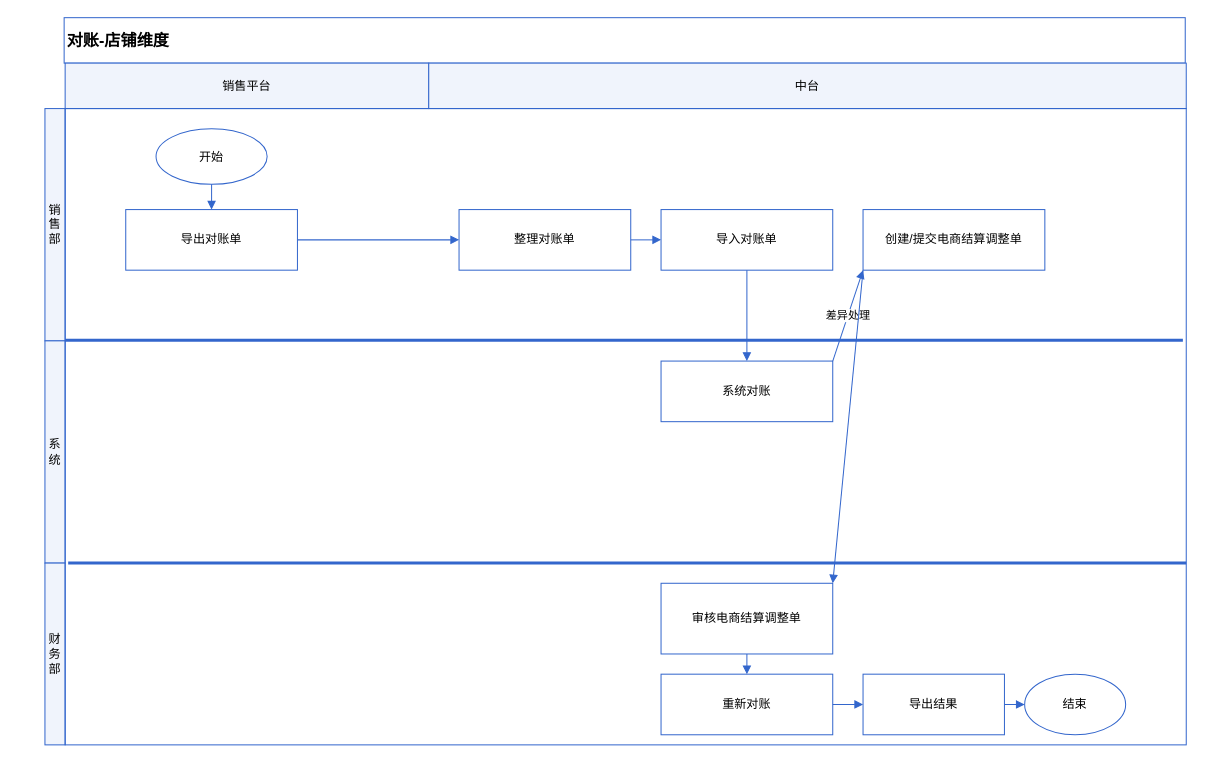
Before: 跨境2C对账流程图.drawio in tangjunbin/assets_gh_manager, a draw.io diagram. Source tidied: cells renumbered, new cells numbered last; positions are measured from the earlier drawing's top-left corner, leaving out a move shared by most shapes. Both pictures are drawn from the tidied source at 101%, with x=0, y=0 at pixel (44, 17).
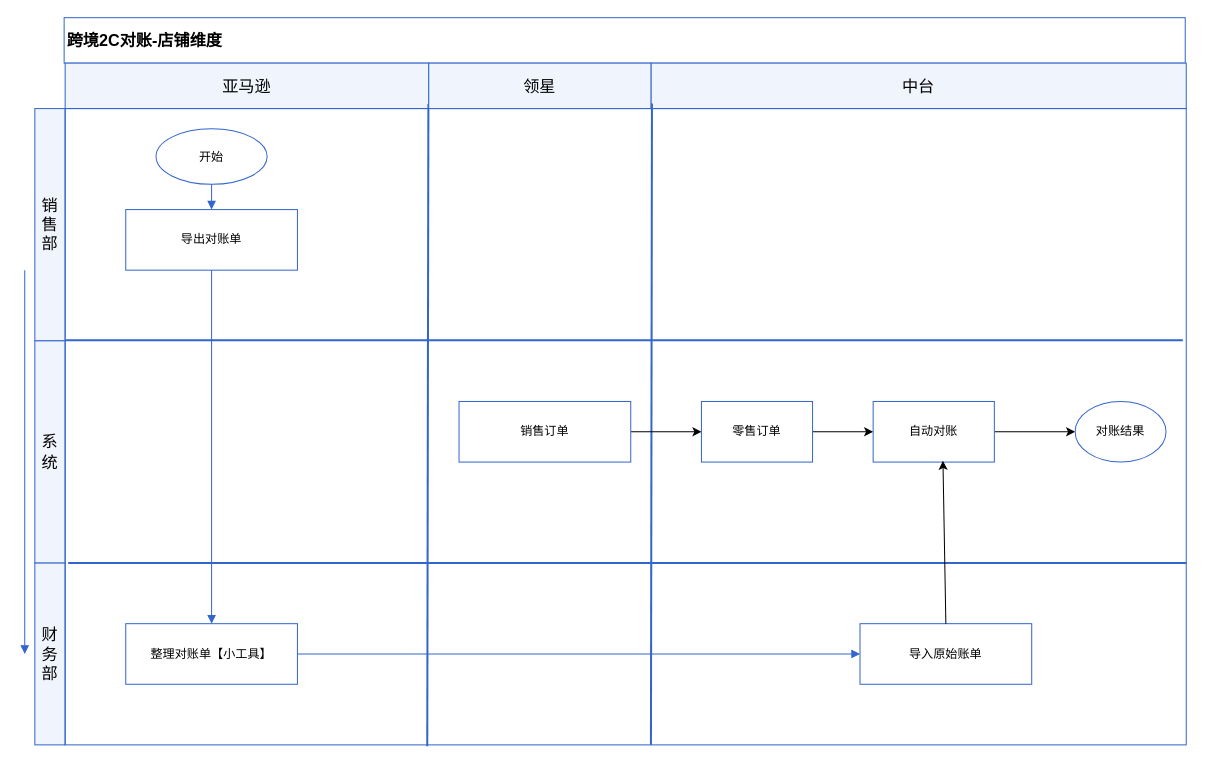
The same page after the edit.

Commit message:
更新跨境2C对账流程图.drawio

Unchanged cells that the change refers to:
```xml
<mxCell id="9" style="rounded=0;whiteSpace=wrap;html=1;strokeColor=#3366cc;fillColor=none;" parent="1" vertex="1">
  <mxGeometry x="20" y="90" width="1110" height="630" as="geometry" />
</mxCell>
```

What changed in the source:
```diff
@@
-    <mxCell id="3" value="对账-店铺维度" style="text;html=1;strokeColor=none;fillColor=none;fontSize=16;fontStyle=1;align=left;verticalAlign=middle;" parent="1" vertex="1">
+    <mxCell id="3" value="跨境2C对账-店铺维度" style="text;html=1;strokeColor=none;fillColor=none;fontSize=16;fontStyle=1;align=left;verticalAlign=middle;" parent="1" vertex="1">
       <mxGeometry x="20" y="5" width="220" height="35" as="geometry" />
     </mxCell>
-    <mxCell id="4" value="销售平台" style="rounded=0;whiteSpace=wrap;html=1;strokeColor=#3366cc;fillColor=#f0f4fc;align=center;verticalAlign=middle;" parent="1" vertex="1">
+    <mxCell id="4" value="亚马逊" style="rounded=0;whiteSpace=wrap;html=1;strokeColor=#3366cc;fillColor=#f0f4fc;align=center;verticalAlign=middle;fontSize=16;" parent="1" vertex="1">
       <mxGeometry x="20" y="45" width="360" height="45" as="geometry" />
     </mxCell>
-    <mxCell id="5" value="中台" style="rounded=0;whiteSpace=wrap;html=1;strokeColor=#3366cc;fillColor=#f0f4fc;align=center;verticalAlign=middle;" parent="1" vertex="1">
-      <mxGeometry x="380" y="45" width="750" height="45" as="geometry" />
+    <mxCell id="5" value="中台" style="rounded=0;whiteSpace=wrap;html=1;strokeColor=#3366cc;fillColor=#f0f4fc;align=center;verticalAlign=middle;fontSize=16;" parent="1" vertex="1">
+      <mxGeometry x="600" y="45" width="530" height="45" as="geometry" />
     </mxCell>
-    <mxCell id="6" value="销售部" style="rounded=0;whiteSpace=wrap;html=1;strokeColor=#3366cc;fillColor=#f0f4fc;align=center;verticalAlign=middle;direction=vertical;" parent="1" vertex="1">
-      <mxGeometry y="90" width="20" height="230" as="geometry" />
+    <mxCell id="6" value="销售部" style="rounded=0;whiteSpace=wrap;html=1;strokeColor=#3366cc;fillColor=#f0f4fc;align=center;verticalAlign=middle;direction=vertical;fontSize=16;" parent="1" vertex="1">
+      <mxGeometry x="-10" y="90" width="30" height="230" as="geometry" />
     </mxCell>
-    <mxCell id="7" value="系统" style="rounded=0;whiteSpace=wrap;html=1;strokeColor=#3366cc;fillColor=#f0f4fc;align=center;verticalAlign=middle;direction=vertical;" parent="1" vertex="1">
-      <mxGeometry y="320" width="20" height="220" as="geometry" />
+    <mxCell id="7" value="系统" style="rounded=0;whiteSpace=wrap;html=1;strokeColor=#3366cc;fillColor=#f0f4fc;align=center;verticalAlign=middle;direction=vertical;fontSize=16;" parent="1" vertex="1">
+      <mxGeometry x="-10" y="320" width="30" height="220" as="geometry" />
     </mxCell>
-    <mxCell id="8" value="财务部" style="rounded=0;whiteSpace=wrap;html=1;strokeColor=#3366cc;fillColor=#f0f4fc;align=center;verticalAlign=middle;direction=vertical;" parent="1" vertex="1">
-      <mxGeometry y="540" width="20" height="180" as="geometry" />
+    <mxCell id="8" value="财务部" style="rounded=0;whiteSpace=wrap;html=1;strokeColor=#3366cc;fillColor=#f0f4fc;align=center;verticalAlign=middle;direction=vertical;fontSize=16;" parent="1" vertex="1">
+      <mxGeometry x="-10" y="540" width="30" height="180" as="geometry" />
     </mxCell>
@@
-    <mxCell id="15" value="整理对账单" style="rounded=0;whiteSpace=wrap;html=1;strokeColor=#3366cc;fillColor=#ffffff;align=center;" parent="1" vertex="1">
-      <mxGeometry x="410" y="190" width="170" height="60" as="geometry" />
+    <mxCell id="15" value="整理对账单【小工具】" style="rounded=0;whiteSpace=wrap;html=1;strokeColor=#3366cc;fillColor=#ffffff;align=center;" parent="1" vertex="1">
+      <mxGeometry x="80" y="600" width="170" height="60" as="geometry" />
     </mxCell>
-    <mxCell id="16" value="导入对账单" style="rounded=0;whiteSpace=wrap;html=1;strokeColor=#3366cc;fillColor=#ffffff;align=center;" parent="1" vertex="1">
-      <mxGeometry x="610" y="190" width="170" height="60" as="geometry" />
+    <mxCell id="16" value="导入原始账单" style="rounded=0;whiteSpace=wrap;html=1;strokeColor=#3366cc;fillColor=#ffffff;align=center;" parent="1" vertex="1">
+      <mxGeometry x="807" y="600" width="170" height="60" as="geometry" />
     </mxCell>
-    <mxCell id="17" value="创建/提交电商结算调整单" style="rounded=0;whiteSpace=wrap;html=1;strokeColor=#3366cc;fillColor=#ffffff;align=center;" parent="1" vertex="1">
-      <mxGeometry x="810" y="190" width="180" height="60" as="geometry" />
-    </mxCell>
+    <mxCell id="34" style="edgeStyle=orthogonalEdgeStyle;rounded=0;jettySize=auto;html=1;defaultLabelBackgroundColor=page;labelPadding=0 4;" parent="1" edge="1" source="18" target="41">
+      <mxGeometry relative="1" as="geometry" />
+    </mxCell>
-    <mxCell id="18" value="系统对账" style="rounded=0;whiteSpace=wrap;html=1;strokeColor=#3366cc;fillColor=#ffffff;align=center;" parent="1" vertex="1">
-      <mxGeometry x="610" y="340" width="170" height="60" as="geometry" />
+    <mxCell id="18" value="零售订单" style="rounded=0;whiteSpace=wrap;html=1;strokeColor=#3366cc;fillColor=#ffffff;align=center;" parent="1" vertex="1">
+      <mxGeometry x="650" y="380" width="110" height="60" as="geometry" />
     </mxCell>
-    <mxCell id="19" value="审核电商结算调整单" style="rounded=0;whiteSpace=wrap;html=1;strokeColor=#3366cc;fillColor=#ffffff;align=center;" parent="1" vertex="1">
-      <mxGeometry x="610" y="560" width="170" height="70" as="geometry" />
-    </mxCell>
-    <mxCell id="20" value="重新对账" style="rounded=0;whiteSpace=wrap;html=1;strokeColor=#3366cc;fillColor=#ffffff;align=center;" parent="1" vertex="1">
-      <mxGeometry x="610" y="650" width="170" height="60" as="geometry" />
-    </mxCell>
-    <mxCell id="21" value="导出结果" style="rounded=0;whiteSpace=wrap;html=1;strokeColor=#3366cc;fillColor=#ffffff;align=center;" parent="1" vertex="1">
-      <mxGeometry x="810" y="650" width="140" height="60" as="geometry" />
-    </mxCell>
-    <mxCell id="22" value="结束" style="ellipse;whiteSpace=wrap;html=1;strokeColor=#3366cc;fillColor=#ffffff;align=center;" parent="1" vertex="1">
-      <mxGeometry x="970" y="650" width="100" height="60" as="geometry" />
-    </mxCell>
@@
-    <mxCell id="25" style="endArrow=block;html=1;strokeColor=#3366cc;strokeWidth=1;orthogonal=1;" parent="1" edge="1" source="15" target="16">
+    <mxCell id="25" style="endArrow=block;html=1;strokeColor=#3366cc;strokeWidth=1;orthogonal=1;edgeStyle=orthogonalEdgeStyle;" parent="1" edge="1" source="15" target="16">
       <mxGeometry relative="1" as="geometry" />
     </mxCell>
-    <mxCell id="26" style="endArrow=block;html=1;strokeColor=#3366cc;strokeWidth=1;orthogonal=1;" parent="1" edge="1" source="16" target="18">
-      <mxGeometry relative="1" as="geometry" />
-    </mxCell>
-    <mxCell id="27" value="差异处理" style="endArrow=block;html=1;strokeColor=#3366cc;strokeWidth=1;orthogonal=1;" parent="1" edge="1" source="18" target="17">
-      <mxGeometry relative="1" as="geometry" />
-    </mxCell>
-    <mxCell id="28" style="endArrow=block;html=1;strokeColor=#3366cc;strokeWidth=1;orthogonal=1;" parent="1" edge="1" source="17" target="19">
-      <mxGeometry relative="1" as="geometry" />
+    <mxCell id="28" style="endArrow=block;html=1;strokeColor=#3366cc;strokeWidth=1;orthogonal=1;" parent="1" edge="1">
+      <mxGeometry relative="1" as="geometry">
+        <mxPoint x="-20" y="250" as="sourcePoint" />
+        <mxPoint x="-20" y="630" as="targetPoint" />
+      </mxGeometry>
     </mxCell>
-    <mxCell id="29" style="endArrow=block;html=1;strokeColor=#3366cc;strokeWidth=1;orthogonal=1;" parent="1" edge="1" source="19" target="20">
-      <mxGeometry relative="1" as="geometry" />
-    </mxCell>
-    <mxCell id="30" style="endArrow=block;html=1;strokeColor=#3366cc;strokeWidth=1;orthogonal=1;" parent="1" edge="1" source="20" target="21">
-      <mxGeometry relative="1" as="geometry" />
-    </mxCell>
-    <mxCell id="31" style="endArrow=block;html=1;strokeColor=#3366cc;strokeWidth=1;orthogonal=1;" parent="1" edge="1" source="21" target="22">
-      <mxGeometry relative="1" as="geometry" />
-    </mxCell>
-    <mxCell id="32" style="endArrow=none;html=1;rounded=0;defaultLabelBackgroundColor=page;labelPadding=0 4;entryX=0;entryY=0.364;entryDx=0;entryDy=0;entryPerimeter=0;exitX=0.997;exitY=0.364;exitDx=0;exitDy=0;exitPerimeter=0;strokeColor=#3366CC;strokeWidth=3;" parent="1" edge="1" source="9" target="9">
+    <mxCell id="32" style="endArrow=none;html=1;rounded=0;defaultLabelBackgroundColor=page;labelPadding=0 4;entryX=0;entryY=0.364;entryDx=0;entryDy=0;entryPerimeter=0;exitX=0.997;exitY=0.364;exitDx=0;exitDy=0;exitPerimeter=0;strokeColor=#3366CC;strokeWidth=2;" parent="1" edge="1" source="9" target="9">
       <mxGeometry x="-0.95" relative="1" as="geometry" />
     </mxCell>
-    <mxCell id="33" style="endArrow=none;html=1;rounded=0;defaultLabelBackgroundColor=page;labelPadding=0 4;entryX=0;entryY=0.364;entryDx=0;entryDy=0;entryPerimeter=0;exitX=0.997;exitY=0.364;exitDx=0;exitDy=0;exitPerimeter=0;strokeColor=#3366CC;strokeWidth=3;" parent="1" edge="1">
+    <mxCell id="33" style="endArrow=none;html=1;rounded=0;defaultLabelBackgroundColor=page;labelPadding=0 4;entryX=0;entryY=0.364;entryDx=0;entryDy=0;entryPerimeter=0;exitX=0.997;exitY=0.364;exitDx=0;exitDy=0;exitPerimeter=0;strokeColor=#3366CC;strokeWidth=2;" parent="1" edge="1">
       <mxGeometry x="-0.95" relative="1" as="geometry">
         <mxPoint x="1130" y="540" as="sourcePoint" />
         <mxPoint x="23" y="540" as="targetPoint" />
       </mxGeometry>
     </mxCell>
+    <mxCell id="35" style="endArrow=none;html=1;rounded=0;defaultLabelBackgroundColor=page;labelPadding=0 4;exitX=0.323;exitY=1.002;exitDx=0;exitDy=0;entryX=0.324;entryY=-0.007;entryDx=0;entryDy=0;entryPerimeter=0;exitPerimeter=0;strokeColor=#3366CC;strokeWidth=2;" parent="1" edge="1" source="9" target="9">
+      <mxGeometry relative="1" as="geometry" />
+    </mxCell>
+    <mxCell id="36" value="领星" style="rounded=0;whiteSpace=wrap;html=1;strokeColor=#3366cc;fillColor=#f0f4fc;align=center;verticalAlign=middle;fontSize=16;" parent="1" vertex="1">
+      <mxGeometry x="380" y="45" width="220" height="45" as="geometry" />
+    </mxCell>
+    <mxCell id="37" style="endArrow=none;html=1;rounded=0;defaultLabelBackgroundColor=page;labelPadding=0 4;exitX=0.323;exitY=1.002;exitDx=0;exitDy=0;entryX=0.324;entryY=-0.007;entryDx=0;entryDy=0;entryPerimeter=0;exitPerimeter=0;strokeColor=#3366CC;strokeWidth=2;" parent="1" edge="1">
+      <mxGeometry relative="1" as="geometry">
+        <mxPoint x="600" y="720" as="sourcePoint" />
+        <mxPoint x="601" y="85" as="targetPoint" />
+      </mxGeometry>
+    </mxCell>
+    <mxCell id="38" style="edgeStyle=orthogonalEdgeStyle;rounded=0;jettySize=auto;html=1;defaultLabelBackgroundColor=page;labelPadding=0 4;entryX=0;entryY=0.5;entryDx=0;entryDy=0;" parent="1" edge="1" source="39" target="18">
+      <mxGeometry relative="1" as="geometry" />
+    </mxCell>
+    <mxCell id="39" value="销售订单" style="rounded=0;whiteSpace=wrap;html=1;strokeColor=#3366cc;fillColor=#ffffff;align=center;" parent="1" vertex="1">
+      <mxGeometry x="410" y="380" width="170" height="60" as="geometry" />
+    </mxCell>
+    <mxCell id="40" style="edgeStyle=orthogonalEdgeStyle;rounded=0;jettySize=auto;html=1;defaultLabelBackgroundColor=page;labelPadding=0 4;" parent="1" edge="1" source="41" target="43">
+      <mxGeometry relative="1" as="geometry" />
+    </mxCell>
+    <mxCell id="41" value="自动对账" style="rounded=0;whiteSpace=wrap;html=1;strokeColor=#3366cc;fillColor=#ffffff;align=center;" parent="1" vertex="1">
+      <mxGeometry x="820" y="380" width="120" height="60" as="geometry" />
+    </mxCell>
+    <mxCell id="42" style="endArrow=classic;html=1;rounded=0;defaultLabelBackgroundColor=page;labelPadding=0 4;exitX=0.5;exitY=0;exitDx=0;exitDy=0;entryX=0.576;entryY=0.979;entryDx=0;entryDy=0;entryPerimeter=0;" parent="1" edge="1" source="16" target="41">
+      <mxGeometry relative="1" as="geometry" />
+    </mxCell>
+    <mxCell id="43" value="对账结果" style="ellipse;whiteSpace=wrap;html=1;shapeInside=1;fillColor=#ffffff;strokeColor=#3366cc;rounded=0;" parent="1" vertex="1">
+      <mxGeometry x="1020" y="380" width="90" height="60" as="geometry" />
+    </mxCell>
```
